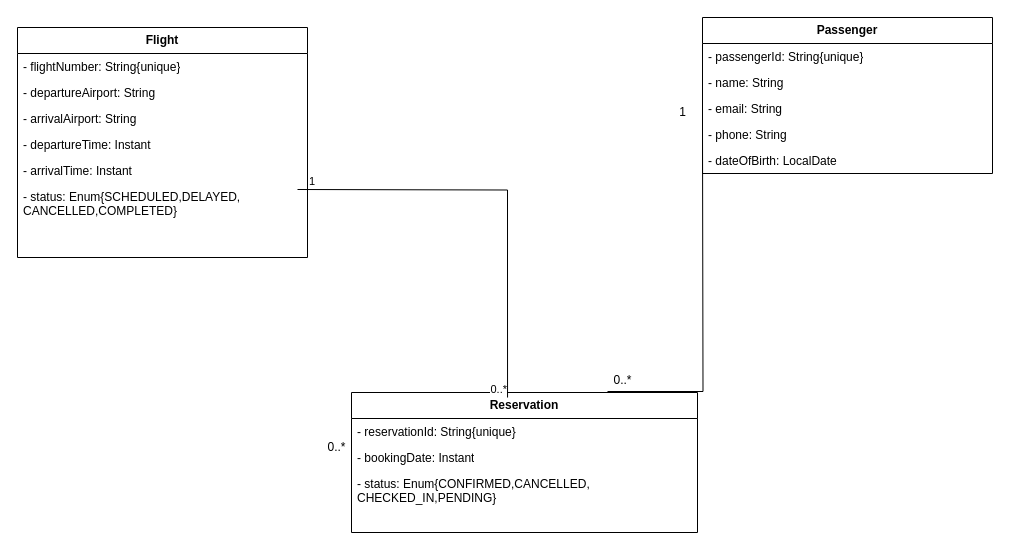
The draw.io diagram page "Flight Reservation System" (5 of 5) of UML Diagram/Practice.drawio in prakashbtech87/aaaaaaaaaaaPrakashDrawIORepo, before the edit. Source tidied: cells renumbered, new cells numbered last; positions are measured from the earlier drawing's top-left corner, leaving out a move shared by most shapes. Both pictures are drawn from the tidied source at 100%, with x=0, y=0 at pixel (17, 17).
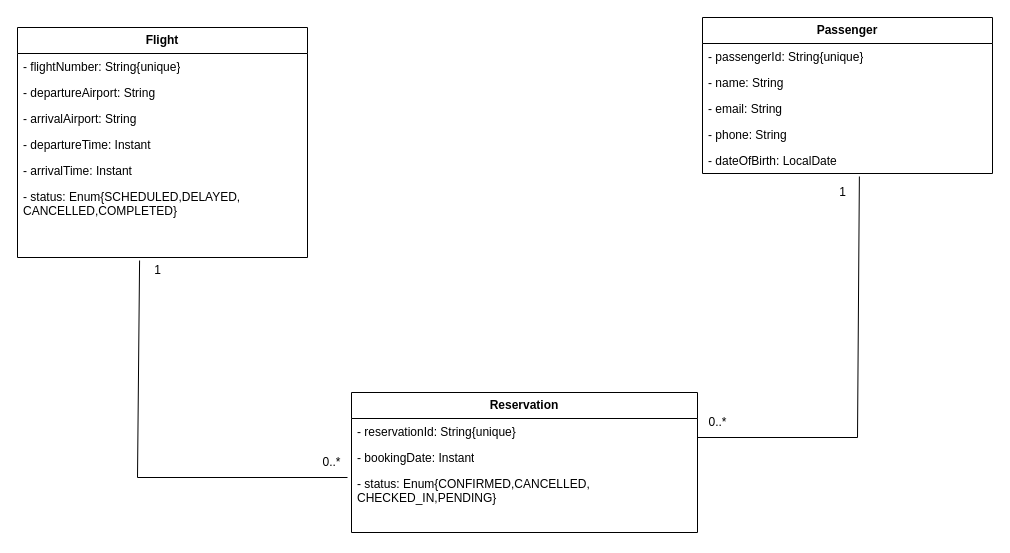
The same page after the edit.

The change refers to these unchanged cells:
```xml
<mxCell id="8" value="- status: Enum{SCHEDULED,DELAYED,&lt;div&gt;CANCELLED,COMPLETED}&lt;/div&gt;" style="text;strokeColor=none;fillColor=none;align=left;verticalAlign=top;spacingLeft=4;spacingRight=4;overflow=hidden;points=[[0,0.5],[1,0.5]];portConstraint=eastwest;whiteSpace=wrap;html=1;" parent="2" vertex="1">
  <mxGeometry y="156" width="290" height="74" as="geometry" />
</mxCell>
<mxCell id="14" value="- dateOfBirth: LocalDate" style="text;strokeColor=none;fillColor=none;align=left;verticalAlign=top;spacingLeft=4;spacingRight=4;overflow=hidden;points=[[0,0.5],[1,0.5]];portConstraint=eastwest;whiteSpace=wrap;html=1;" parent="9" vertex="1">
  <mxGeometry y="130" width="290" height="26" as="geometry" />
</mxCell>
<mxCell id="15" value="&lt;b&gt;Reservation&lt;/b&gt;" style="swimlane;fontStyle=0;horizontal=1;startSize=26;fillColor=none;whiteSpace=wrap;html=1;" parent="1" vertex="1">
  <mxGeometry x="334" y="375" width="346" height="140" as="geometry" />
</mxCell>
```

The edit, as a diff of the source:
```diff
@@
     <mxCell id="19" value="1" style="text;html=1;align=center;verticalAlign=middle;strokeColor=none;fillColor=none;" parent="1" vertex="1">
-      <mxGeometry x="650" y="80" width="30" height="30" as="geometry" />
+      <mxGeometry x="810" y="160" width="30" height="30" as="geometry" />
     </mxCell>
     <mxCell id="20" value="0..*" style="text;html=1;align=center;verticalAlign=middle;points=[];strokeColor=none;fillColor=none;" parent="1" vertex="1">
-      <mxGeometry x="585" y="348" width="40" height="30" as="geometry" />
+      <mxGeometry x="680" y="390" width="40" height="30" as="geometry" />
     </mxCell>
     <mxCell id="21" value="0..*" style="text;html=1;align=center;verticalAlign=middle;strokeColor=none;fillColor=none;" parent="1" vertex="1">
-      <mxGeometry x="299" y="415" width="40" height="30" as="geometry" />
+      <mxGeometry x="294" y="430" width="40" height="30" as="geometry" />
     </mxCell>
-    <mxCell id="22" style="endArrow=none;html=1;edgeStyle=orthogonalEdgeStyle;rounded=0;exitX=0.407;exitY=1.041;exitDx=0;exitDy=0;exitPerimeter=0;entryX=0.451;entryY=0.036;entryDx=0;entryDy=0;entryPerimeter=0;" parent="1" edge="1" target="15">
-      <mxGeometry relative="1" as="geometry">
-        <mxPoint x="280" y="172" as="sourcePoint" />
-      </mxGeometry>
-    </mxCell>
+    <mxCell id="26" style="endArrow=none;html=1;rounded=0;exitX=1;exitY=0.5;exitDx=0;exitDy=0;entryX=0.541;entryY=1.115;entryDx=0;entryDy=0;entryPerimeter=0;" parent="1" edge="1" target="14">
+      <mxGeometry relative="1" as="geometry">
+        <mxPoint x="680" y="420" as="sourcePoint" />
+        <Array as="points">
+          <mxPoint x="840" y="420" />
+        </Array>
+      </mxGeometry>
+    </mxCell>
+    <mxCell id="27" style="endArrow=none;html=1;rounded=0;entryX=0.421;entryY=1.041;entryDx=0;entryDy=0;entryPerimeter=0;" parent="1" edge="1" target="8">
+      <mxGeometry relative="1" as="geometry">
+        <mxPoint x="330" y="460" as="sourcePoint" />
+        <Array as="points">
+          <mxPoint x="120" y="460" />
+        </Array>
+      </mxGeometry>
+    </mxCell>
-    <mxCell id="23" value="1" style="edgeLabel;html=1;align=left;verticalAlign=bottom;" parent="22" vertex="1">
-      <mxGeometry x="-1" relative="1" as="geometry">
-        <mxPoint x="10" as="offset" />
-      </mxGeometry>
+    <mxCell id="23" value="1" style="text;html=1;align=center;verticalAlign=middle;strokeColor=none;fillColor=none;" parent="1" vertex="1">
+      <mxGeometry x="125" y="238" width="30" height="30" as="geometry" />
     </mxCell>
-    <mxCell id="24" value="0..*" style="edgeLabel;html=1;align=right;verticalAlign=bottom;" parent="22" vertex="1">
-      <mxGeometry x="1" relative="1" as="geometry" />
-    </mxCell>
-    <mxCell id="25" style="endArrow=none;html=1;edgeStyle=orthogonalEdgeStyle;rounded=0;exitX=0.125;exitY=0.867;exitDx=0;exitDy=0;exitPerimeter=0;" parent="1" edge="1" source="20">
-      <mxGeometry relative="1" as="geometry">
-        <mxPoint x="685" y="110" as="targetPoint" />
-      </mxGeometry>
-    </mxCell>
```
